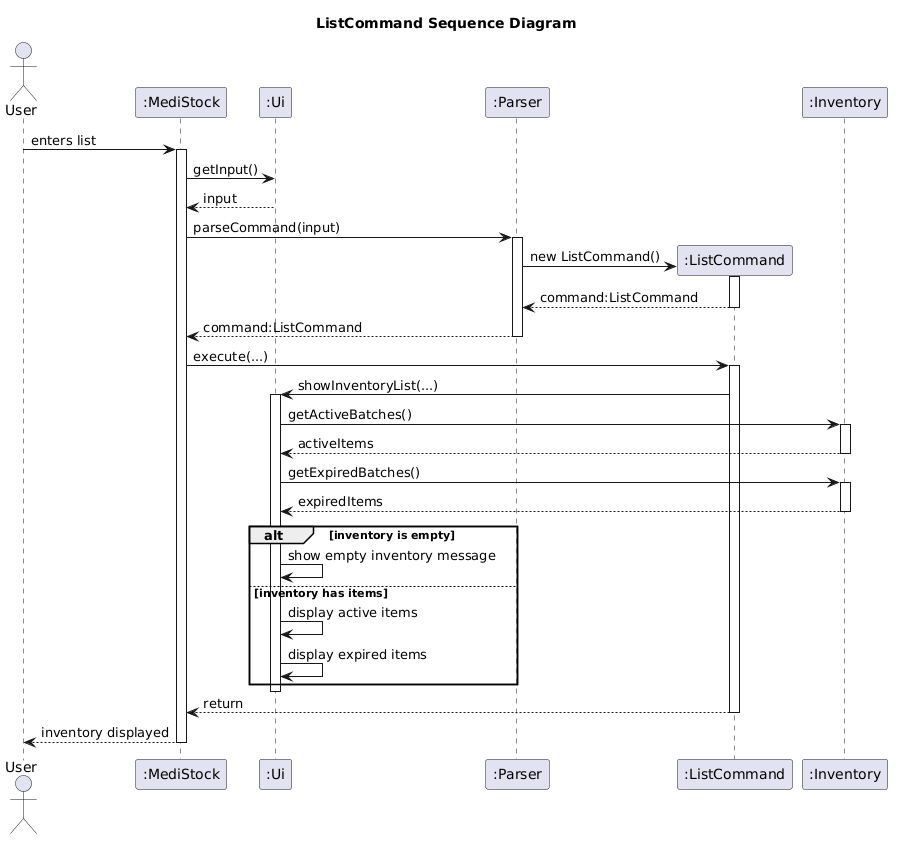
This is docs/diagrams/ListCommand_SequenceDiagram.png from Yonish18/tp, a PlantUML export, as it was before one commit. The source it was exported from:
```plantuml
@startuml
title ListCommand Sequence Diagram

actor User
participant ":MediStock" as App
participant ":Ui" as Ui
participant ":Parser" as Parser
participant ":ListCommand" as ListCommand
participant ":Inventory" as Inventory

User -> App : enters list
activate App

App -> Ui : getInput()
Ui --> App : input

App -> Parser : parseCommand(input)
activate Parser

create ListCommand
Parser -> ListCommand : new ListCommand()
activate ListCommand
ListCommand --> Parser : command:ListCommand
deactivate ListCommand

Parser --> App : command:ListCommand
deactivate Parser

App -> ListCommand : execute(...)
activate ListCommand

ListCommand -> Ui : showInventoryList(...)
activate Ui

Ui -> Inventory : getActiveBatches()
activate Inventory
Inventory --> Ui : activeItems
deactivate Inventory

Ui -> Inventory : getExpiredBatches()
activate Inventory
Inventory --> Ui : expiredItems
deactivate Inventory

alt inventory is empty
    Ui -> Ui : show empty inventory message
else inventory has items
    Ui -> Ui : display active items
    Ui -> Ui : display expired items
end

deactivate Ui
ListCommand --> App : return
deactivate ListCommand

App --> User : inventory displayed
deactivate App
@enduml
```
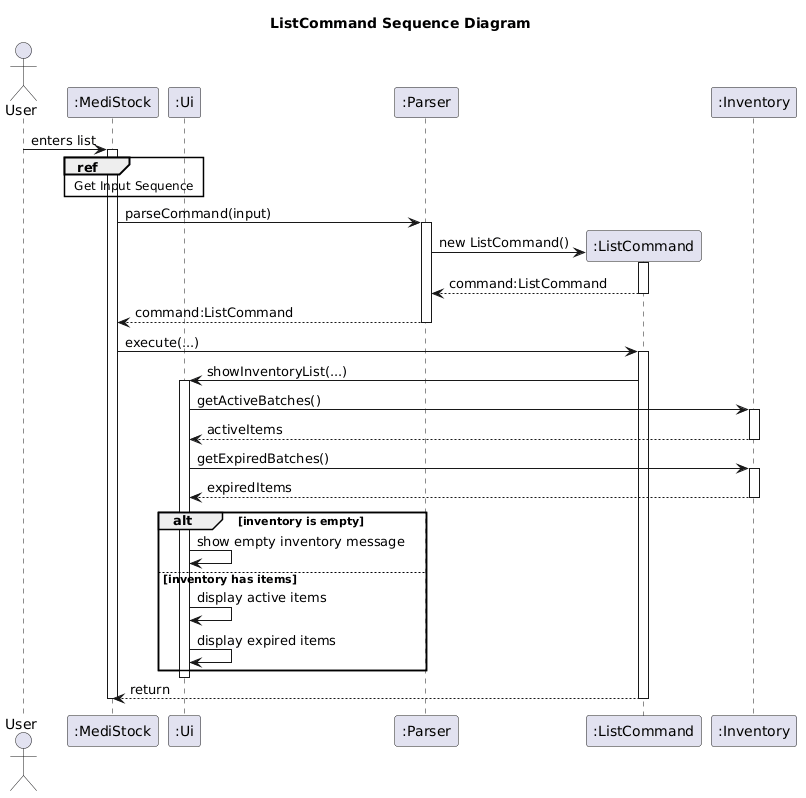
After the commit.

The edit, as a diff of the source:
```diff
@@ -10,9 +10,9 @@
 
 User -> App : enters list
 activate App
-
-App -> Ui : getInput()
-Ui --> App : input
+ref over App, Ui
+    Get Input Sequence
+end
 
 App -> Parser : parseCommand(input)
 activate Parser
@@ -53,6 +53,5 @@
 ListCommand --> App : return
 deactivate ListCommand
 
-App --> User : inventory displayed
 deactivate App
 @enduml
```
